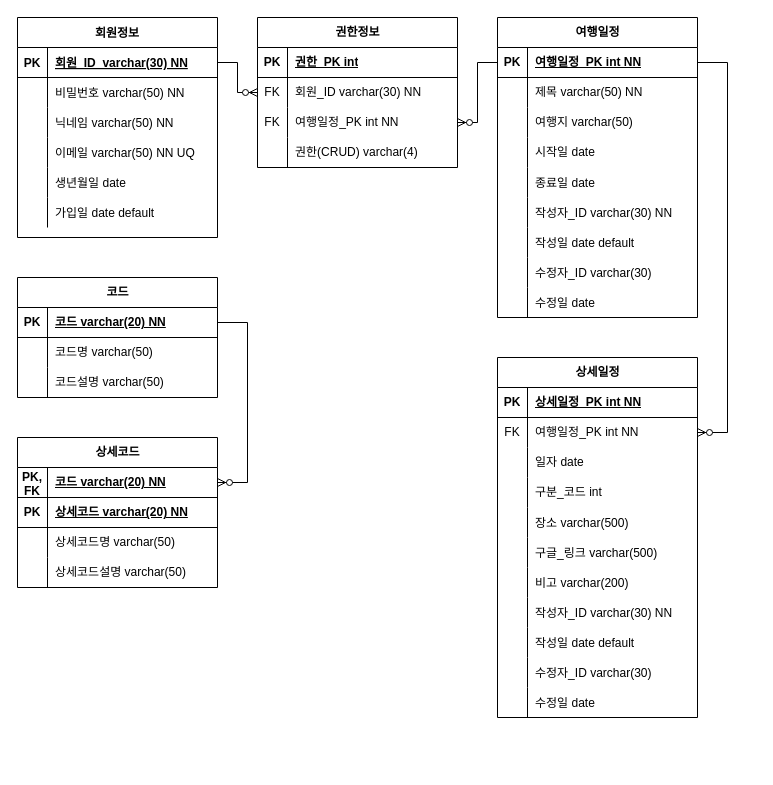
The draw.io diagram 제목 없는 다이어그램.drawio in Hevrica/itinerary_be, before the edit. Source tidied: cells renumbered, new cells numbered last; positions are measured from the earlier drawing's top-left corner, leaving out a move shared by most shapes. Both pictures are drawn from the tidied source at 100%, with x=0, y=0 at pixel (17, 17).
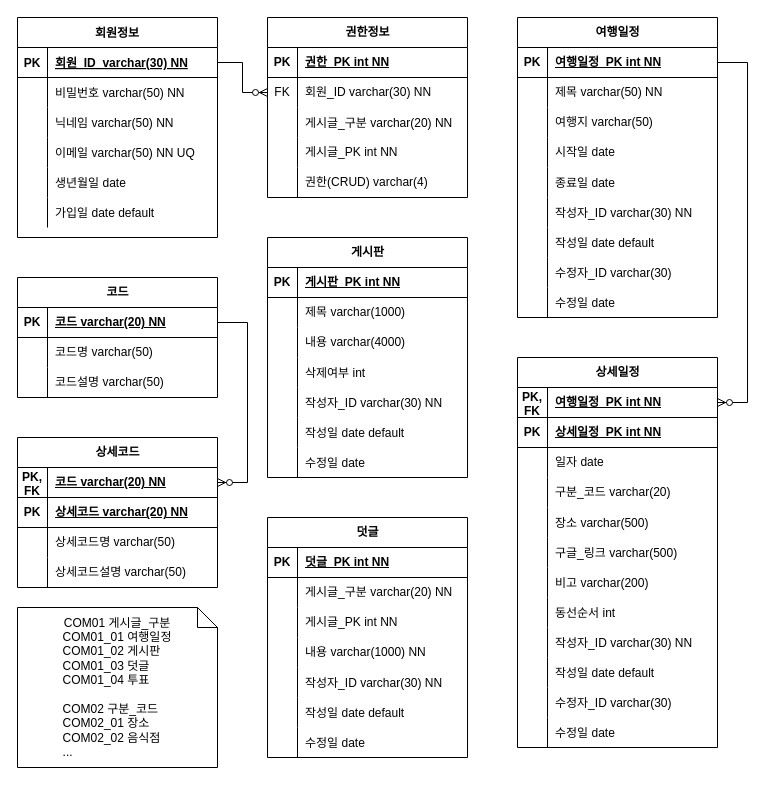
After the change.

Commit message (it also covers changes not shown here):
제목 없는 다이어그램.drawio 업데이트

Unchanged cells that the change refers to:
```xml
<mxCell id="22" style="shape=tableRow;horizontal=0;startSize=0;swimlaneHead=0;swimlaneBody=0;fillColor=none;top=0;left=0;right=0;bottom=1;" parent="21" vertex="1">
  <mxGeometry y="30" width="200" height="30" as="geometry" />
</mxCell>
<mxCell id="35" style="shape=tableRow;horizontal=0;startSize=0;swimlaneHead=0;swimlaneBody=0;fillColor=none;points=[[0,0.5],[1,0.5]];portConstraint=eastwest;top=0;left=0;right=0;bottom=1;" parent="34" vertex="1">
  <mxGeometry y="30" width="200" height="30" as="geometry" />
</mxCell>
<mxCell id="63" style="shape=tableRow;horizontal=0;startSize=0;swimlaneHead=0;swimlaneBody=0;fillColor=none;points=[[0,0.5],[1,0.5]];portConstraint=eastwest;top=0;left=0;right=0;bottom=1;" parent="62" vertex="1">
  <mxGeometry y="30" width="200" height="30" as="geometry" />
</mxCell>
<mxCell id="72" style="shape=tableRow;horizontal=0;startSize=0;swimlaneHead=0;swimlaneBody=0;fillColor=none;top=0;left=0;right=0;bottom=0;" parent="62" vertex="1">
  <mxGeometry y="120" width="200" height="30" as="geometry" />
</mxCell>
```

The edit, as a diff of the source:
```diff
@@
     <mxCell id="21" value="권한정보" style="shape=table;startSize=30;childLayout=tableLayout;rowLines=0;fontStyle=1;align=center;html=1;" parent="1" vertex="1">
-      <mxGeometry x="240" width="200" height="150" as="geometry" />
+      <mxGeometry x="250" width="200" height="180" as="geometry" />
     </mxCell>
@@
-    <mxCell id="24" value="권한_PK int" style="shape=partialRectangle;fillColor=none;top=0;left=0;bottom=0;right=0;align=left;spacingLeft=6;fontStyle=5;overflow=hidden;whiteSpace=wrap;html=1;" parent="22" vertex="1">
+    <mxCell id="24" value="권한_PK int NN" style="shape=partialRectangle;fillColor=none;top=0;left=0;bottom=0;right=0;align=left;spacingLeft=6;fontStyle=5;overflow=hidden;whiteSpace=wrap;html=1;" parent="22" vertex="1">
       <mxGeometry x="30" width="170" height="30" as="geometry" />
     </mxCell>
@@
+    <mxCell id="123" style="shape=tableRow;horizontal=0;startSize=0;swimlaneHead=0;swimlaneBody=0;fillColor=none;top=0;left=0;right=0;bottom=0;" parent="21" vertex="1">
+      <mxGeometry y="90" width="200" height="30" as="geometry" />
+    </mxCell>
+    <mxCell id="124" style="shape=partialRectangle;fillColor=none;top=0;left=0;bottom=0;right=0;overflow=hidden;" parent="123" vertex="1">
+      <mxGeometry width="30" height="30" as="geometry" />
+    </mxCell>
+    <mxCell id="125" value="게시글_구분 varchar(20) NN" style="shape=partialRectangle;fillColor=none;top=0;left=0;bottom=0;right=0;align=left;spacingLeft=6;overflow=hidden;" parent="123" vertex="1">
+      <mxGeometry x="30" width="170" height="30" as="geometry" />
+    </mxCell>
     <mxCell id="28" style="shape=tableRow;horizontal=0;startSize=0;swimlaneHead=0;swimlaneBody=0;fillColor=none;points=[[0,0.5],[1,0.5]];portConstraint=eastwest;top=0;left=0;right=0;bottom=0;" parent="21" vertex="1">
-      <mxGeometry y="90" width="200" height="30" as="geometry" />
+      <mxGeometry y="120" width="200" height="30" as="geometry" />
     </mxCell>
-    <mxCell id="29" value="FK" style="shape=partialRectangle;fillColor=none;top=0;left=0;bottom=0;right=0;overflow=hidden;whiteSpace=wrap;html=1;" parent="28" vertex="1">
+    <mxCell id="29" style="shape=partialRectangle;fillColor=none;top=0;left=0;bottom=0;right=0;overflow=hidden;whiteSpace=wrap;html=1;" parent="28" vertex="1">
       <mxGeometry width="30" height="30" as="geometry" />
     </mxCell>
-    <mxCell id="30" value="여행일정_PK int NN" style="shape=partialRectangle;fillColor=none;top=0;left=0;bottom=0;right=0;align=left;spacingLeft=6;overflow=hidden;whiteSpace=wrap;html=1;" parent="28" vertex="1">
+    <mxCell id="30" value="게시글_PK int NN" style="shape=partialRectangle;fillColor=none;top=0;left=0;bottom=0;right=0;align=left;spacingLeft=6;overflow=hidden;whiteSpace=wrap;html=1;" parent="28" vertex="1">
       <mxGeometry x="30" width="170" height="30" as="geometry" />
     </mxCell>
     <mxCell id="31" style="shape=tableRow;horizontal=0;startSize=0;swimlaneHead=0;swimlaneBody=0;fillColor=none;top=0;left=0;right=0;bottom=0;" parent="21" vertex="1">
-      <mxGeometry y="120" width="200" height="30" as="geometry" />
+      <mxGeometry y="150" width="200" height="30" as="geometry" />
     </mxCell>
@@
     <mxCell id="34" value="여행일정" style="shape=table;startSize=30;childLayout=tableLayout;rowLines=0;fontStyle=1;align=center;html=1;" parent="1" vertex="1">
-      <mxGeometry x="480" width="200" height="300" as="geometry" />
+      <mxGeometry x="500" width="200" height="300" as="geometry" />
     </mxCell>
@@
     <mxCell id="62" value="상세일정" style="shape=table;startSize=30;childLayout=tableLayout;rowLines=0;fontStyle=1;align=center;html=1;" parent="1" vertex="1">
-      <mxGeometry x="480" y="340" width="200" height="360" as="geometry" />
+      <mxGeometry x="500" y="340" width="200" height="390" as="geometry" />
     </mxCell>
@@
-    <mxCell id="64" value="PK" style="shape=partialRectangle;fillColor=none;top=0;left=0;bottom=0;right=0;fontStyle=1;overflow=hidden;whiteSpace=wrap;html=1;" parent="63" vertex="1">
+    <mxCell id="64" value="PK, FK" style="shape=partialRectangle;fillColor=none;top=0;left=0;bottom=0;right=0;fontStyle=1;overflow=hidden;whiteSpace=wrap;html=1;" parent="63" vertex="1">
       <mxGeometry width="30" height="30" as="geometry" />
     </mxCell>
-    <mxCell id="65" value="상세일정_PK int NN" style="shape=partialRectangle;fillColor=none;top=0;left=0;bottom=0;right=0;align=left;spacingLeft=6;fontStyle=5;overflow=hidden;whiteSpace=wrap;html=1;" parent="63" vertex="1">
+    <mxCell id="65" value="여행일정_PK int NN" style="shape=partialRectangle;fillColor=none;top=0;left=0;bottom=0;right=0;align=left;spacingLeft=6;fontStyle=5;overflow=hidden;whiteSpace=wrap;html=1;" parent="63" vertex="1">
       <mxGeometry x="30" width="170" height="30" as="geometry" />
     </mxCell>
-    <mxCell id="66" style="shape=tableRow;horizontal=0;startSize=0;swimlaneHead=0;swimlaneBody=0;fillColor=none;points=[[0,0.5],[1,0.5]];portConstraint=eastwest;top=0;left=0;right=0;bottom=0;" parent="62" vertex="1">
-      <mxGeometry y="60" width="200" height="30" as="geometry" />
-    </mxCell>
-    <mxCell id="67" value="FK" style="shape=partialRectangle;fillColor=none;top=0;left=0;bottom=0;right=0;overflow=hidden;whiteSpace=wrap;html=1;" parent="66" vertex="1">
-      <mxGeometry width="30" height="30" as="geometry" />
-    </mxCell>
-    <mxCell id="68" value="여행일정_PK int NN" style="shape=partialRectangle;fillColor=none;top=0;left=0;bottom=0;right=0;align=left;spacingLeft=6;overflow=hidden;whiteSpace=wrap;html=1;" parent="66" vertex="1">
-      <mxGeometry x="30" width="170" height="30" as="geometry" />
-    </mxCell>
+    <mxCell id="126" style="shape=tableRow;horizontal=0;startSize=0;swimlaneHead=0;swimlaneBody=0;fillColor=none;top=0;left=0;right=0;bottom=1;" parent="62" vertex="1">
+      <mxGeometry y="60" width="200" height="30" as="geometry" />
+    </mxCell>
+    <mxCell id="127" value="PK" style="shape=partialRectangle;fillColor=none;top=0;left=0;bottom=0;right=0;fontStyle=1;overflow=hidden;whiteSpace=wrap;html=1;" parent="126" vertex="1">
+      <mxGeometry width="30" height="30" as="geometry" />
+    </mxCell>
+    <mxCell id="128" value="상세일정_PK int NN" style="shape=partialRectangle;fillColor=none;top=0;left=0;bottom=0;right=0;align=left;spacingLeft=6;fontStyle=5;overflow=hidden;whiteSpace=wrap;html=1;" parent="126" vertex="1">
+      <mxGeometry x="30" width="170" height="30" as="geometry" />
+    </mxCell>
@@
-    <mxCell id="74" value="구분_코드 int" style="shape=partialRectangle;fillColor=none;top=0;left=0;bottom=0;right=0;align=left;spacingLeft=6;overflow=hidden;whiteSpace=wrap;html=1;" parent="72" vertex="1">
+    <mxCell id="74" value="구분_코드 varchar(20)" style="shape=partialRectangle;fillColor=none;top=0;left=0;bottom=0;right=0;align=left;spacingLeft=6;overflow=hidden;whiteSpace=wrap;html=1;" parent="72" vertex="1">
       <mxGeometry x="30" width="170" height="30" as="geometry" />
     </mxCell>
@@
+    <mxCell id="129" style="shape=tableRow;horizontal=0;startSize=0;swimlaneHead=0;swimlaneBody=0;fillColor=none;top=0;left=0;right=0;bottom=0;" parent="62" vertex="1">
+      <mxGeometry y="240" width="200" height="30" as="geometry" />
+    </mxCell>
+    <mxCell id="130" style="shape=partialRectangle;fillColor=none;top=0;left=0;bottom=0;right=0;overflow=hidden;" parent="129" vertex="1">
+      <mxGeometry width="30" height="30" as="geometry" />
+    </mxCell>
+    <mxCell id="131" value="동선순서 int" style="shape=partialRectangle;fillColor=none;top=0;left=0;bottom=0;right=0;align=left;spacingLeft=6;overflow=hidden;" parent="129" vertex="1">
+      <mxGeometry x="30" width="170" height="30" as="geometry" />
+    </mxCell>
     <mxCell id="84" style="shape=tableRow;horizontal=0;startSize=0;swimlaneHead=0;swimlaneBody=0;fillColor=none;top=0;left=0;right=0;bottom=0;" parent="62" vertex="1">
-      <mxGeometry y="240" width="200" height="30" as="geometry" />
+      <mxGeometry y="270" width="200" height="30" as="geometry" />
     </mxCell>
@@
     <mxCell id="87" style="shape=tableRow;horizontal=0;startSize=0;swimlaneHead=0;swimlaneBody=0;fillColor=none;top=0;left=0;right=0;bottom=0;" parent="62" vertex="1">
-      <mxGeometry y="270" width="200" height="30" as="geometry" />
+      <mxGeometry y="300" width="200" height="30" as="geometry" />
     </mxCell>
@@
     <mxCell id="90" style="shape=tableRow;horizontal=0;startSize=0;swimlaneHead=0;swimlaneBody=0;fillColor=none;top=0;left=0;right=0;bottom=0;" parent="62" vertex="1">
-      <mxGeometry y="300" width="200" height="30" as="geometry" />
+      <mxGeometry y="330" width="200" height="30" as="geometry" />
     </mxCell>
@@
     <mxCell id="93" style="shape=tableRow;horizontal=0;startSize=0;swimlaneHead=0;swimlaneBody=0;fillColor=none;top=0;left=0;right=0;bottom=0;" parent="62" vertex="1">
-      <mxGeometry y="330" width="200" height="30" as="geometry" />
+      <mxGeometry y="360" width="200" height="30" as="geometry" />
     </mxCell>
@@
-    <mxCell id="96" style="edgeStyle=orthogonalEdgeStyle;fontSize=12;html=1;endArrow=ERzeroToMany;endFill=1;rounded=0;exitX=0;exitY=0.5;exitDx=0;exitDy=0;entryX=1;entryY=0.5;entryDx=0;entryDy=0;" parent="1" edge="1" source="35" target="28">
-      <mxGeometry relative="1" as="geometry" />
-    </mxCell>
@@
-    <mxCell id="98" style="edgeStyle=entityRelationEdgeStyle;fontSize=12;html=1;endArrow=ERzeroToMany;endFill=1;rounded=0;exitX=1;exitY=0.5;exitDx=0;exitDy=0;entryX=1;entryY=0.5;entryDx=0;entryDy=0;" parent="1" edge="1" source="35" target="66">
+    <mxCell id="98" style="edgeStyle=entityRelationEdgeStyle;fontSize=12;html=1;endArrow=ERzeroToMany;endFill=1;rounded=0;exitX=1;exitY=0.5;exitDx=0;exitDy=0;entryX=1;entryY=0.5;entryDx=0;entryDy=0;" parent="1" edge="1" source="35" target="63">
       <mxGeometry relative="1" as="geometry" />
     </mxCell>
@@
+    <mxCell id="132" value="&lt;span style=&quot;background-color: initial; text-align: left;&quot;&gt;COM01 게시글_구분&lt;/span&gt;&lt;br&gt;&lt;div style=&quot;text-align: left;&quot;&gt;&lt;span style=&quot;background-color: initial;&quot;&gt;COM01_01 여행일정&lt;/span&gt;&lt;/div&gt;&lt;div style=&quot;text-align: left;&quot;&gt;&lt;span style=&quot;background-color: initial;&quot;&gt;COM01_02 게시판&lt;/span&gt;&lt;/div&gt;&lt;div style=&quot;text-align: left;&quot;&gt;&lt;span style=&quot;background-color: initial;&quot;&gt;COM01_03 덧글&lt;/span&gt;&lt;/div&gt;&lt;div style=&quot;text-align: left;&quot;&gt;&lt;span style=&quot;background-color: initial;&quot;&gt;COM01_04 투표&lt;/span&gt;&lt;/div&gt;&lt;div style=&quot;text-align: left;&quot;&gt;&lt;span style=&quot;background-color: initial;&quot;&gt;&lt;br&gt;&lt;/span&gt;&lt;/div&gt;&lt;div style=&quot;text-align: left;&quot;&gt;COM02 구분_코드&lt;/div&gt;&lt;div style=&quot;text-align: left;&quot;&gt;COM02_01 장소&lt;/div&gt;&lt;div style=&quot;text-align: left;&quot;&gt;COM02_02 음식점&lt;/div&gt;&lt;div style=&quot;text-align: left;&quot;&gt;...&lt;/div&gt;" style="shape=note;size=20;whiteSpace=wrap;html=1;" parent="1" vertex="1">
+      <mxGeometry y="590" width="200" height="160" as="geometry" />
+    </mxCell>
+    <mxCell id="133" value="게시판" style="shape=table;startSize=30;childLayout=tableLayout;rowLines=0;fontStyle=1;align=center;html=1;" parent="1" vertex="1">
+      <mxGeometry x="250" y="220" width="200" height="240" as="geometry" />
+    </mxCell>
+    <mxCell id="134" style="shape=tableRow;horizontal=0;startSize=0;swimlaneHead=0;swimlaneBody=0;fillColor=none;top=0;left=0;right=0;bottom=1;" parent="133" vertex="1">
+      <mxGeometry y="30" width="200" height="30" as="geometry" />
+    </mxCell>
+    <mxCell id="135" value="PK" style="shape=partialRectangle;fillColor=none;top=0;left=0;bottom=0;right=0;fontStyle=1;overflow=hidden;whiteSpace=wrap;html=1;" parent="134" vertex="1">
+      <mxGeometry width="30" height="30" as="geometry" />
+    </mxCell>
+    <mxCell id="136" value="게시판_PK int NN" style="shape=partialRectangle;fillColor=none;top=0;left=0;bottom=0;right=0;align=left;spacingLeft=6;fontStyle=5;overflow=hidden;whiteSpace=wrap;html=1;" parent="134" vertex="1">
+      <mxGeometry x="30" width="170" height="30" as="geometry" />
+    </mxCell>
+    <mxCell id="137" style="shape=tableRow;horizontal=0;startSize=0;swimlaneHead=0;swimlaneBody=0;fillColor=none;top=0;left=0;right=0;bottom=0;" parent="133" vertex="1">
+      <mxGeometry y="60" width="200" height="30" as="geometry" />
+    </mxCell>
+    <mxCell id="138" style="shape=partialRectangle;fillColor=none;top=0;left=0;bottom=0;right=0;overflow=hidden;whiteSpace=wrap;html=1;" parent="137" vertex="1">
+      <mxGeometry width="30" height="30" as="geometry" />
+    </mxCell>
+    <mxCell id="139" value="제목 varchar(1000)" style="shape=partialRectangle;fillColor=none;top=0;left=0;bottom=0;right=0;align=left;spacingLeft=6;overflow=hidden;whiteSpace=wrap;html=1;" parent="137" vertex="1">
+      <mxGeometry x="30" width="170" height="30" as="geometry" />
+    </mxCell>
+    <mxCell id="140" style="shape=tableRow;horizontal=0;startSize=0;swimlaneHead=0;swimlaneBody=0;fillColor=none;top=0;left=0;right=0;bottom=0;" parent="133" vertex="1">
+      <mxGeometry y="90" width="200" height="30" as="geometry" />
+    </mxCell>
+    <mxCell id="141" style="shape=partialRectangle;fillColor=none;top=0;left=0;bottom=0;right=0;overflow=hidden;whiteSpace=wrap;html=1;" parent="140" vertex="1">
+      <mxGeometry width="30" height="30" as="geometry" />
+    </mxCell>
+    <mxCell id="142" value="내용 varchar(4000)" style="shape=partialRectangle;fillColor=none;top=0;left=0;bottom=0;right=0;align=left;spacingLeft=6;overflow=hidden;whiteSpace=wrap;html=1;" parent="140" vertex="1">
+      <mxGeometry x="30" width="170" height="30" as="geometry" />
+    </mxCell>
+    <mxCell id="143" style="shape=tableRow;horizontal=0;startSize=0;swimlaneHead=0;swimlaneBody=0;fillColor=none;top=0;left=0;right=0;bottom=0;" parent="133" vertex="1">
+      <mxGeometry y="120" width="200" height="30" as="geometry" />
+    </mxCell>
+    <mxCell id="144" style="shape=partialRectangle;fillColor=none;top=0;left=0;bottom=0;right=0;overflow=hidden;" parent="143" vertex="1">
+      <mxGeometry width="30" height="30" as="geometry" />
+    </mxCell>
+    <mxCell id="145" value="삭제여부 int" style="shape=partialRectangle;fillColor=none;top=0;left=0;bottom=0;right=0;align=left;spacingLeft=6;overflow=hidden;" parent="143" vertex="1">
+      <mxGeometry x="30" width="170" height="30" as="geometry" />
+    </mxCell>
+    <mxCell id="146" style="shape=tableRow;horizontal=0;startSize=0;swimlaneHead=0;swimlaneBody=0;fillColor=none;top=0;left=0;right=0;bottom=0;" parent="133" vertex="1">
+      <mxGeometry y="150" width="200" height="30" as="geometry" />
+    </mxCell>
+    <mxCell id="147" style="shape=partialRectangle;fillColor=none;top=0;left=0;bottom=0;right=0;overflow=hidden;" parent="146" vertex="1">
+      <mxGeometry width="30" height="30" as="geometry" />
+    </mxCell>
+    <mxCell id="148" value="작성자_ID varchar(30) NN" style="shape=partialRectangle;fillColor=none;top=0;left=0;bottom=0;right=0;align=left;spacingLeft=6;overflow=hidden;" parent="146" vertex="1">
+      <mxGeometry x="30" width="170" height="30" as="geometry" />
+    </mxCell>
+    <mxCell id="149" style="shape=tableRow;horizontal=0;startSize=0;swimlaneHead=0;swimlaneBody=0;fillColor=none;top=0;left=0;right=0;bottom=0;" parent="133" vertex="1">
+      <mxGeometry y="180" width="200" height="30" as="geometry" />
+    </mxCell>
+    <mxCell id="150" style="shape=partialRectangle;fillColor=none;top=0;left=0;bottom=0;right=0;overflow=hidden;" parent="149" vertex="1">
+      <mxGeometry width="30" height="30" as="geometry" />
+    </mxCell>
+    <mxCell id="151" value="작성일 date default" style="shape=partialRectangle;fillColor=none;top=0;left=0;bottom=0;right=0;align=left;spacingLeft=6;overflow=hidden;" parent="149" vertex="1">
+      <mxGeometry x="30" width="170" height="30" as="geometry" />
+    </mxCell>
+    <mxCell id="152" style="shape=tableRow;horizontal=0;startSize=0;swimlaneHead=0;swimlaneBody=0;fillColor=none;top=0;left=0;right=0;bottom=0;" parent="133" vertex="1">
+      <mxGeometry y="210" width="200" height="30" as="geometry" />
+    </mxCell>
+    <mxCell id="153" style="shape=partialRectangle;fillColor=none;top=0;left=0;bottom=0;right=0;overflow=hidden;" parent="152" vertex="1">
+      <mxGeometry width="30" height="30" as="geometry" />
+    </mxCell>
+    <mxCell id="154" value="수정일 date" style="shape=partialRectangle;fillColor=none;top=0;left=0;bottom=0;right=0;align=left;spacingLeft=6;overflow=hidden;" parent="152" vertex="1">
+      <mxGeometry x="30" width="170" height="30" as="geometry" />
+    </mxCell>
+    <mxCell id="155" value="덧글" style="shape=table;startSize=30;childLayout=tableLayout;rowLines=0;fontStyle=1;align=center;html=1;" parent="1" vertex="1">
+      <mxGeometry x="250" y="500" width="200" height="240" as="geometry" />
+    </mxCell>
+    <mxCell id="156" style="shape=tableRow;horizontal=0;startSize=0;swimlaneHead=0;swimlaneBody=0;fillColor=none;top=0;left=0;right=0;bottom=1;" parent="155" vertex="1">
+      <mxGeometry y="30" width="200" height="30" as="geometry" />
+    </mxCell>
+    <mxCell id="157" value="PK" style="shape=partialRectangle;fillColor=none;top=0;left=0;bottom=0;right=0;fontStyle=1;overflow=hidden;whiteSpace=wrap;html=1;" parent="156" vertex="1">
+      <mxGeometry width="30" height="30" as="geometry" />
+    </mxCell>
+    <mxCell id="158" value="덧글_PK int NN" style="shape=partialRectangle;fillColor=none;top=0;left=0;bottom=0;right=0;align=left;spacingLeft=6;fontStyle=5;overflow=hidden;whiteSpace=wrap;html=1;" parent="156" vertex="1">
+      <mxGeometry x="30" width="170" height="30" as="geometry" />
+    </mxCell>
+    <mxCell id="159" style="shape=tableRow;horizontal=0;startSize=0;swimlaneHead=0;swimlaneBody=0;fillColor=none;top=0;left=0;right=0;bottom=0;" parent="155" vertex="1">
+      <mxGeometry y="60" width="200" height="30" as="geometry" />
+    </mxCell>
+    <mxCell id="160" style="shape=partialRectangle;fillColor=none;top=0;left=0;bottom=0;right=0;overflow=hidden;whiteSpace=wrap;html=1;" parent="159" vertex="1">
+      <mxGeometry width="30" height="30" as="geometry" />
+    </mxCell>
+    <mxCell id="161" value="게시글_구분 varchar(20) NN" style="shape=partialRectangle;fillColor=none;top=0;left=0;bottom=0;right=0;align=left;spacingLeft=6;overflow=hidden;whiteSpace=wrap;html=1;" parent="159" vertex="1">
+      <mxGeometry x="30" width="170" height="30" as="geometry" />
+    </mxCell>
+    <mxCell id="162" style="shape=tableRow;horizontal=0;startSize=0;swimlaneHead=0;swimlaneBody=0;fillColor=none;top=0;left=0;right=0;bottom=0;" parent="155" vertex="1">
+      <mxGeometry y="90" width="200" height="30" as="geometry" />
+    </mxCell>
+    <mxCell id="163" style="shape=partialRectangle;fillColor=none;top=0;left=0;bottom=0;right=0;overflow=hidden;whiteSpace=wrap;html=1;" parent="162" vertex="1">
+      <mxGeometry width="30" height="30" as="geometry" />
+    </mxCell>
+    <mxCell id="164" value="게시글_PK int NN" style="shape=partialRectangle;fillColor=none;top=0;left=0;bottom=0;right=0;align=left;spacingLeft=6;overflow=hidden;whiteSpace=wrap;html=1;" parent="162" vertex="1">
+      <mxGeometry x="30" width="170" height="30" as="geometry" />
+    </mxCell>
+    <mxCell id="165" style="shape=tableRow;horizontal=0;startSize=0;swimlaneHead=0;swimlaneBody=0;fillColor=none;top=0;left=0;right=0;bottom=0;" parent="155" vertex="1">
+      <mxGeometry y="120" width="200" height="30" as="geometry" />
+    </mxCell>
+    <mxCell id="166" style="shape=partialRectangle;fillColor=none;top=0;left=0;bottom=0;right=0;overflow=hidden;whiteSpace=wrap;html=1;" parent="165" vertex="1">
+      <mxGeometry width="30" height="30" as="geometry" />
+    </mxCell>
+    <mxCell id="167" value="내용 varchar(1000) NN" style="shape=partialRectangle;fillColor=none;top=0;left=0;bottom=0;right=0;align=left;spacingLeft=6;overflow=hidden;whiteSpace=wrap;html=1;" parent="165" vertex="1">
+      <mxGeometry x="30" width="170" height="30" as="geometry" />
+    </mxCell>
+    <mxCell id="168" style="shape=tableRow;horizontal=0;startSize=0;swimlaneHead=0;swimlaneBody=0;fillColor=none;top=0;left=0;right=0;bottom=0;" parent="155" vertex="1">
+      <mxGeometry y="150" width="200" height="30" as="geometry" />
+    </mxCell>
+    <mxCell id="169" style="shape=partialRectangle;fillColor=none;top=0;left=0;bottom=0;right=0;overflow=hidden;" parent="168" vertex="1">
+      <mxGeometry width="30" height="30" as="geometry" />
+    </mxCell>
+    <mxCell id="170" value="작성자_ID varchar(30) NN" style="shape=partialRectangle;fillColor=none;top=0;left=0;bottom=0;right=0;align=left;spacingLeft=6;overflow=hidden;" parent="168" vertex="1">
+      <mxGeometry x="30" width="170" height="30" as="geometry" />
+    </mxCell>
+    <mxCell id="171" style="shape=tableRow;horizontal=0;startSize=0;swimlaneHead=0;swimlaneBody=0;fillColor=none;top=0;left=0;right=0;bottom=0;" parent="155" vertex="1">
+      <mxGeometry y="180" width="200" height="30" as="geometry" />
+    </mxCell>
+    <mxCell id="172" style="shape=partialRectangle;fillColor=none;top=0;left=0;bottom=0;right=0;overflow=hidden;" parent="171" vertex="1">
+      <mxGeometry width="30" height="30" as="geometry" />
+    </mxCell>
+    <mxCell id="173" value="작성일 date default" style="shape=partialRectangle;fillColor=none;top=0;left=0;bottom=0;right=0;align=left;spacingLeft=6;overflow=hidden;" parent="171" vertex="1">
+      <mxGeometry x="30" width="170" height="30" as="geometry" />
+    </mxCell>
+    <mxCell id="174" style="shape=tableRow;horizontal=0;startSize=0;swimlaneHead=0;swimlaneBody=0;fillColor=none;top=0;left=0;right=0;bottom=0;" parent="155" vertex="1">
+      <mxGeometry y="210" width="200" height="30" as="geometry" />
+    </mxCell>
+    <mxCell id="175" style="shape=partialRectangle;fillColor=none;top=0;left=0;bottom=0;right=0;overflow=hidden;" parent="174" vertex="1">
+      <mxGeometry width="30" height="30" as="geometry" />
+    </mxCell>
+    <mxCell id="176" value="수정일 date" style="shape=partialRectangle;fillColor=none;top=0;left=0;bottom=0;right=0;align=left;spacingLeft=6;overflow=hidden;" parent="174" vertex="1">
+      <mxGeometry x="30" width="170" height="30" as="geometry" />
+    </mxCell>
```
